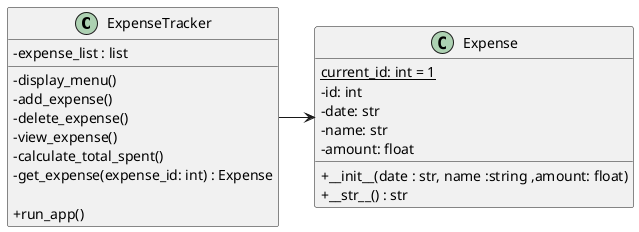
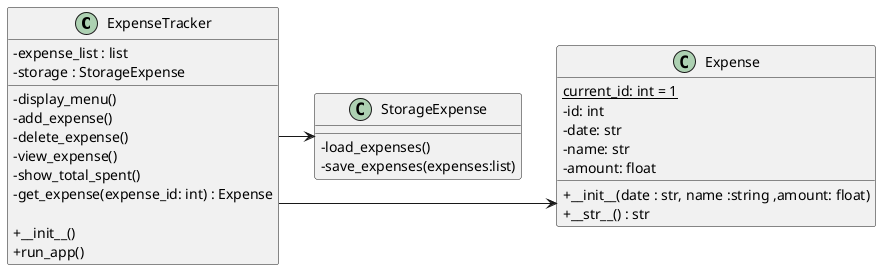
@startuml Class diagram
'https://plantuml.com/class-diagram

skinparam classAttributeIconSize 0
top to bottom direction
skinparam linetype ortho


class ExpenseTracker {

    - expense_list : list
+     - storage : StorageExpense

    - display_menu()
    - add_expense()
    - delete_expense()
    - view_expense()
-     - calculate_total_spent()
+     - show_total_spent()
    - get_expense(expense_id: int) : Expense

+     + __init__()
    + run_app()

}

class Expense {

    {static} current_id: int = 1
    - id: int
    - date: str
    - name: str
    - amount: float

    + __init__(date : str, name :string ,amount: float)
    + __str__() : str


}

+ class StorageExpense {
+ 
+     - load_expenses()
+     - save_expenses(expenses:list)
+ }
+ 
ExpenseTracker -> Expense
+ ExpenseTracker -> StorageExpense

@enduml